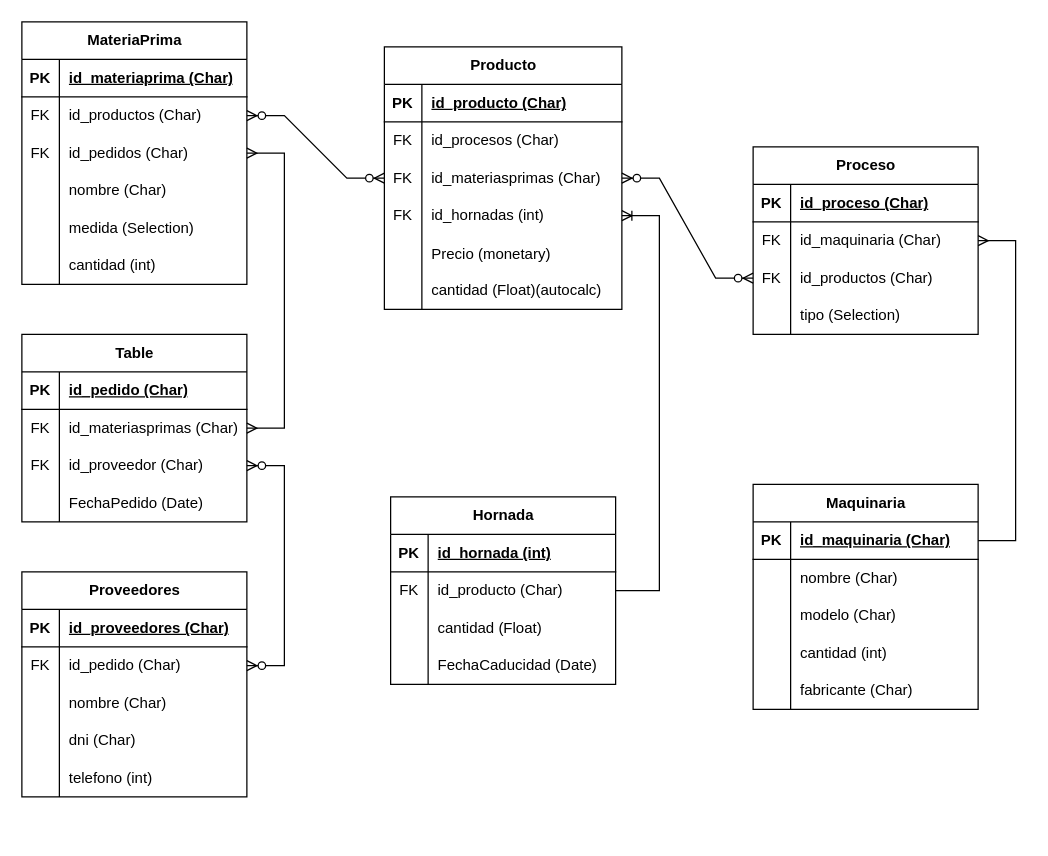
The draw.io diagram Diagrama sin título.drawio in Zarritas/modulo-odoo-fabricacion, before the edit. Source tidied: cells renumbered, new cells numbered last; positions are measured from the earlier drawing's top-left corner, leaving out a move shared by most shapes. Both pictures are drawn from the tidied source at 125%, with x=0, y=0 at pixel (21, 21).
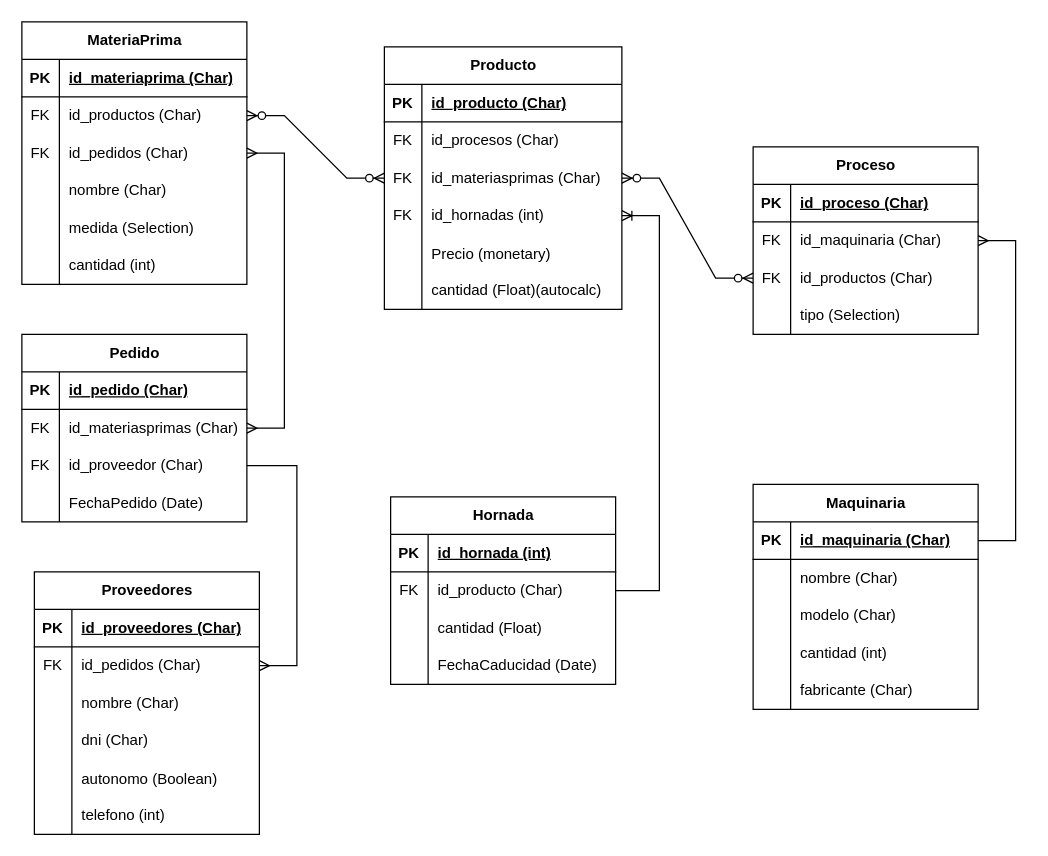
The same diagram, later.

The change refers to these unchanged cells:
```xml
<mxCell id="73" style="shape=tableRow;horizontal=0;startSize=0;swimlaneHead=0;swimlaneBody=0;fillColor=none;points=[[0,0.5],[1,0.5]];portConstraint=eastwest;top=0;left=0;right=0;bottom=0;" parent="69" vertex="1">
  <mxGeometry y="60" width="180" height="30" as="geometry" />
</mxCell>
<mxCell id="109" style="shape=tableRow;horizontal=0;startSize=0;swimlaneHead=0;swimlaneBody=0;fillColor=none;points=[[0,0.5],[1,0.5]];portConstraint=eastwest;top=0;left=0;right=0;bottom=0;" parent="102" vertex="1">
  <mxGeometry y="90" width="180" height="30" as="geometry" />
</mxCell>
```

Change to the diagram source:
```diff
@@
     <mxCell id="69" value="Proveedores" style="shape=table;startSize=30;childLayout=tableLayout;rowLines=0;fontStyle=1;align=center;html=1;" parent="1" vertex="1">
-      <mxGeometry y="440" width="180" height="180" as="geometry" />
+      <mxGeometry x="10" y="440" width="180" height="210" as="geometry" />
     </mxCell>
@@
-    <mxCell id="75" value="id_pedido (Char)" style="shape=partialRectangle;fillColor=none;top=0;left=0;bottom=0;right=0;align=left;spacingLeft=6;fontStyle=0;overflow=hidden;whiteSpace=wrap;html=1;" parent="73" vertex="1">
+    <mxCell id="75" value="id_pedidos (Char)" style="shape=partialRectangle;fillColor=none;top=0;left=0;bottom=0;right=0;align=left;spacingLeft=6;fontStyle=0;overflow=hidden;whiteSpace=wrap;html=1;" parent="73" vertex="1">
       <mxGeometry x="30" width="150" height="30" as="geometry" />
     </mxCell>
@@
+    <mxCell id="117" style="shape=tableRow;horizontal=0;startSize=0;swimlaneHead=0;swimlaneBody=0;fillColor=none;top=0;left=0;right=0;bottom=0;" parent="69" vertex="1">
+      <mxGeometry y="150" width="180" height="30" as="geometry" />
+    </mxCell>
+    <mxCell id="118" style="shape=partialRectangle;fillColor=none;top=0;left=0;bottom=0;right=0;overflow=hidden;" parent="117" vertex="1">
+      <mxGeometry width="30" height="30" as="geometry" />
+    </mxCell>
+    <mxCell id="119" value="autonomo (Boolean)" style="shape=partialRectangle;fillColor=none;top=0;left=0;bottom=0;right=0;align=left;spacingLeft=6;overflow=hidden;" parent="117" vertex="1">
+      <mxGeometry x="30" width="150" height="30" as="geometry" />
+    </mxCell>
     <mxCell id="82" style="shape=tableRow;horizontal=0;startSize=0;swimlaneHead=0;swimlaneBody=0;fillColor=none;top=0;left=0;right=0;bottom=0;" parent="69" vertex="1">
-      <mxGeometry y="150" width="180" height="30" as="geometry" />
+      <mxGeometry y="180" width="180" height="30" as="geometry" />
     </mxCell>
@@
-    <mxCell id="102" value="Table" style="shape=table;startSize=30;childLayout=tableLayout;rowLines=0;fontStyle=1;align=center;html=1;" parent="1" vertex="1">
+    <mxCell id="102" value="Pedido" style="shape=table;startSize=30;childLayout=tableLayout;rowLines=0;fontStyle=1;align=center;html=1;" parent="1" vertex="1">
       <mxGeometry y="250" width="180" height="150" as="geometry" />
     </mxCell>
@@
-    <mxCell id="115" style="edgeStyle=entityRelationEdgeStyle;fontSize=12;html=1;endArrow=ERzeroToMany;endFill=1;startArrow=ERzeroToMany;rounded=0;" parent="1" edge="1" source="73" target="109">
-      <mxGeometry relative="1" as="geometry" />
-    </mxCell>
@@
+    <mxCell id="120" style="edgeStyle=entityRelationEdgeStyle;fontSize=12;html=1;endArrow=ERmany;rounded=0;" parent="1" edge="1" source="109" target="73">
+      <mxGeometry relative="1" as="geometry" />
+    </mxCell>
```
